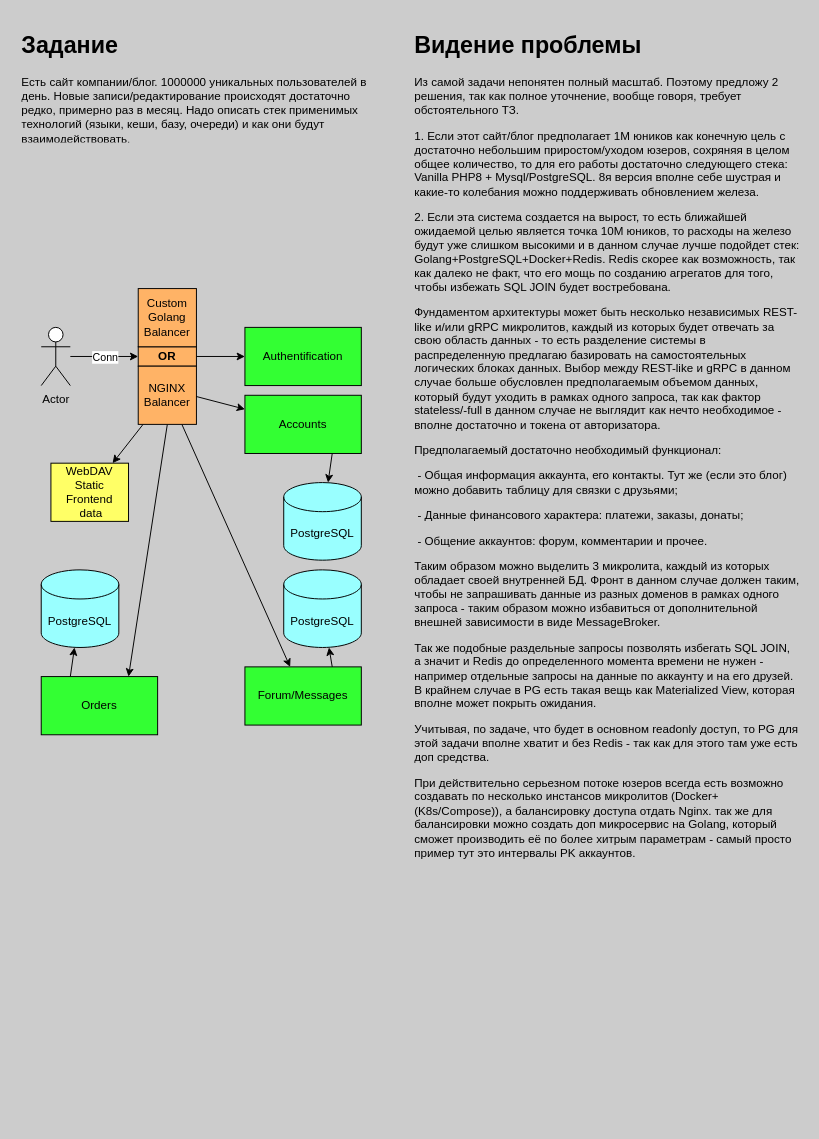
Before: Untitled Diagram.drawio in trashgen/tech_interview, a draw.io diagram. Source tidied: cells renumbered, new cells numbered last; positions are measured from the earlier drawing's top-left corner, leaving out a move shared by most shapes. Both pictures are drawn from the tidied source at 97%, with x=0, y=0 at pixel (16, 26).
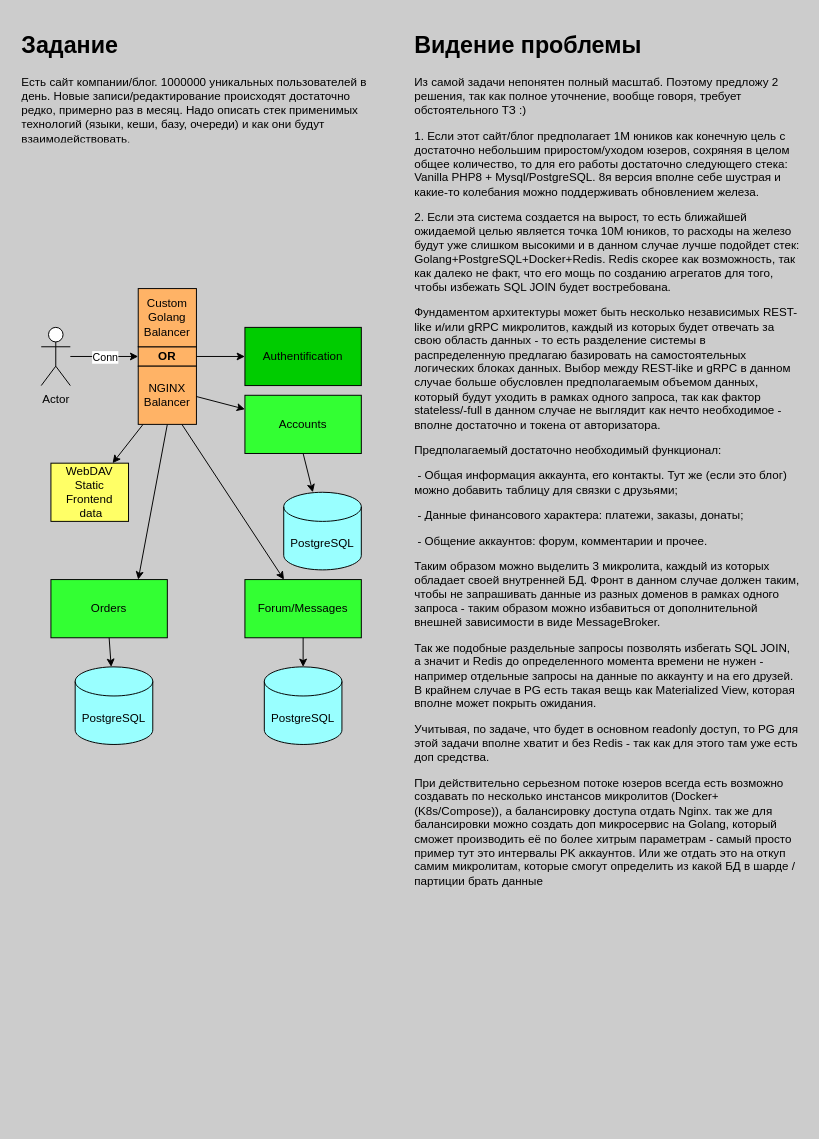
The same diagram, later.

The change refers to these unchanged cells:
```xml
<mxCell id="10" value="Accounts" style="rounded=0;whiteSpace=wrap;html=1;fillColor=#33FF33;" parent="1" vertex="1">
  <mxGeometry x="235" y="380" width="120" height="60" as="geometry" />
</mxCell>
```

The edit, as a diff of the source:
```diff
@@
-    <mxCell id="4" value="&lt;h1&gt;Видение проблемы&lt;/h1&gt;&lt;p&gt;Из самой задачи непонятен полный масштаб. Поэтому предложу 2 решения, так как полное уточнение, вообще говоря, требует обстоятельного ТЗ.&lt;/p&gt;&lt;p&gt;1. Если этот сайт/блог предполагает 1М юников как конечную цель с достаточно небольшим приростом/уходом юзеров, сохряняя в целом общее количество, то для его работы достаточно следующего стека: Vanilla PHP8 + Mysql/PostgreSQL. 8я версия вполне себе шустрая и какие-то колебания можно поддерживать обновлением железа.&lt;/p&gt;&lt;p&gt;2. Если эта система создается на вырост, то есть ближайшей ожидаемой целью является точка 10М юников, то расходы на железо будут уже слишком высокими и в данном случае лучше подойдет стек: Golang+PostgreSQL+Docker+Redis. Redis скорее как возможность, так как далеко не факт, что его мощь по созданию агрегатов для того, чтобы избежать SQL JOIN будет востребована.&lt;/p&gt;&lt;p&gt;Фундаментом архитектуры может быть несколько независимых REST-like и/или gRPC микролитов, каждый из которых будет отвечать за свою область данных - то есть разделение системы в распределенную предлагаю базировать на самостоятельных логических блоках данных. Выбор между REST-like и gRPC в данном случае больше обусловлен предполагаемым объемом данных, который будут уходить в рамках одного запроса, так как фактор stateless/-full в данном случае не выглядит как нечто необходимое - вполне достаточно и токена от авторизатора.&lt;/p&gt;&lt;p&gt;Предполагаемый достаточно необходимый функционал:&lt;/p&gt;&lt;p&gt;&amp;nbsp;- Общая информация аккаунта, его контакты. Тут же (если это блог) можно добавить таблицу для связки с друзьями;&lt;/p&gt;&lt;p&gt;&amp;nbsp;- Данные финансового характера: платежи, заказы, донаты;&lt;/p&gt;&lt;p&gt;&amp;nbsp;- Общение аккаунтов: форум, комментарии и прочее.&lt;/p&gt;&lt;p&gt;Таким образом можно выделить 3 микролита, каждый из которых обладает своей внутренней БД. Фронт в данном случае должен таким, чтобы не запрашивать данные из разных доменов в рамках одного запроса - таким образом можно избавиться от дополнительной внешней зависимости в виде MessageBroker.&amp;nbsp;&lt;/p&gt;&lt;p&gt;Так же подобные раздельные запросы позволять избегать SQL JOIN, а значит и Redis до определенного момента времени не нужен - например отдельные запросы на данные по аккаунту и на его друзей. В крайнем случае в PG есть такая вещь как Materialized View, которая вполне может покрыть ожидания.&lt;/p&gt;&lt;p&gt;Учитывая, по задаче, что будет в основном readonly доступ, то PG для этой задачи вполне хватит и без Redis - так как для этого там уже есть доп средства.&lt;/p&gt;&lt;p&gt;При действительно серьезном потоке юзеров всегда есть возможно создавать по несколько инстансов микролитов (Docker+(K8s/Compose)), а балансировку доступа отдать Nginx. так же для балансировки можно создать доп микросервис на Golang, который сможет производить её по более хитрым параметрам - самый просто пример тут это интервалы PK аккаунтов.&lt;/p&gt;" style="text;html=1;strokeColor=none;fillColor=none;spacing=5;spacingTop=-20;whiteSpace=wrap;overflow=hidden;rounded=0;" parent="1" vertex="1">
+    <mxCell id="4" value="&lt;h1&gt;Видение проблемы&lt;/h1&gt;&lt;p&gt;Из самой задачи непонятен полный масштаб. Поэтому предложу 2 решения, так как полное уточнение, вообще говоря, требует обстоятельного ТЗ :)&lt;/p&gt;&lt;p&gt;1. Если этот сайт/блог предполагает 1М юников как конечную цель с достаточно небольшим приростом/уходом юзеров, сохряняя в целом общее количество, то для его работы достаточно следующего стека: Vanilla PHP8 + Mysql/PostgreSQL. 8я версия вполне себе шустрая и какие-то колебания можно поддерживать обновлением железа.&lt;/p&gt;&lt;p&gt;2. Если эта система создается на вырост, то есть ближайшей ожидаемой целью является точка 10М юников, то расходы на железо будут уже слишком высокими и в данном случае лучше подойдет стек: Golang+PostgreSQL+Docker+Redis. Redis скорее как возможность, так как далеко не факт, что его мощь по созданию агрегатов для того, чтобы избежать SQL JOIN будет востребована.&lt;/p&gt;&lt;p&gt;Фундаментом архитектуры может быть несколько независимых REST-like и/или gRPC микролитов, каждый из которых будет отвечать за свою область данных - то есть разделение системы в распределенную предлагаю базировать на самостоятельных логических блоках данных. Выбор между REST-like и gRPC в данном случае больше обусловлен предполагаемым объемом данных, который будут уходить в рамках одного запроса, так как фактор stateless/-full в данном случае не выглядит как нечто необходимое - вполне достаточно и токена от авторизатора.&lt;/p&gt;&lt;p&gt;Предполагаемый достаточно необходимый функционал:&lt;/p&gt;&lt;p&gt;&amp;nbsp;- Общая информация аккаунта, его контакты. Тут же (если это блог) можно добавить таблицу для связки с друзьями;&lt;/p&gt;&lt;p&gt;&amp;nbsp;- Данные финансового характера: платежи, заказы, донаты;&lt;/p&gt;&lt;p&gt;&amp;nbsp;- Общение аккаунтов: форум, комментарии и прочее.&lt;/p&gt;&lt;p&gt;Таким образом можно выделить 3 микролита, каждый из которых обладает своей внутренней БД. Фронт в данном случае должен таким, чтобы не запрашивать данные из разных доменов в рамках одного запроса - таким образом можно избавиться от дополнительной внешней зависимости в виде MessageBroker.&amp;nbsp;&lt;/p&gt;&lt;p&gt;Так же подобные раздельные запросы позволять избегать SQL JOIN, а значит и Redis до определенного момента времени не нужен - например отдельные запросы на данные по аккаунту и на его друзей. В крайнем случае в PG есть такая вещь как Materialized View, которая вполне может покрыть ожидания.&lt;/p&gt;&lt;p&gt;Учитывая, по задаче, что будет в основном readonly доступ, то PG для этой задачи вполне хватит и без Redis - так как для этого там уже есть доп средства.&lt;/p&gt;&lt;p&gt;При действительно серьезном потоке юзеров всегда есть возможно создавать по несколько инстансов микролитов (Docker+(K8s/Compose)), а балансировку доступа отдать Nginx. так же для балансировки можно создать доп микросервис на Golang, который сможет производить её по более хитрым параметрам - самый просто пример тут это интервалы PK аккаунтов. Или же отдать это на откуп самим микролитам, которые смогут определить из какой БД в шарде /партиции брать данные&lt;/p&gt;" style="text;html=1;strokeColor=none;fillColor=none;spacing=5;spacingTop=-20;whiteSpace=wrap;overflow=hidden;rounded=0;" parent="1" vertex="1">
       <mxGeometry x="405" width="405" height="1130" as="geometry" />
     </mxCell>
@@
     <mxCell id="9" value="PostgreSQL" style="shape=cylinder3;whiteSpace=wrap;html=1;boundedLbl=1;backgroundOutline=1;size=15;fillColor=#99FFFF;" parent="1" vertex="1">
-      <mxGeometry x="25" y="560" width="80" height="80" as="geometry" />
+      <mxGeometry x="60" y="660" width="80" height="80" as="geometry" />
     </mxCell>
@@
     <mxCell id="11" value="Orders" style="rounded=0;whiteSpace=wrap;html=1;fillColor=#33FF33;" parent="1" vertex="1">
-      <mxGeometry x="25" y="670" width="120" height="60" as="geometry" />
+      <mxGeometry x="35" y="570" width="120" height="60" as="geometry" />
     </mxCell>
     <mxCell id="12" value="Forum/Messages" style="rounded=0;whiteSpace=wrap;html=1;fillColor=#33FF33;" parent="1" vertex="1">
-      <mxGeometry x="235" y="660" width="120" height="60" as="geometry" />
+      <mxGeometry x="235" y="570" width="120" height="60" as="geometry" />
     </mxCell>
     <mxCell id="13" value="PostgreSQL" style="shape=cylinder3;whiteSpace=wrap;html=1;boundedLbl=1;backgroundOutline=1;size=15;fillColor=#99FFFF;" parent="1" vertex="1">
-      <mxGeometry x="275" y="560" width="80" height="80" as="geometry" />
+      <mxGeometry x="255" y="660" width="80" height="80" as="geometry" />
     </mxCell>
     <mxCell id="14" value="PostgreSQL" style="shape=cylinder3;whiteSpace=wrap;html=1;boundedLbl=1;backgroundOutline=1;size=15;fillColor=#99FFFF;" parent="1" vertex="1">
-      <mxGeometry x="275" y="470" width="80" height="80" as="geometry" />
+      <mxGeometry x="275" y="480" width="80" height="80" as="geometry" />
     </mxCell>
@@
-    <mxCell id="16" style="endArrow=classic;html=1;rounded=0;exitX=0.75;exitY=1;exitDx=0;exitDy=0;" parent="1" edge="1" source="10" target="14">
+    <mxCell id="16" style="endArrow=classic;html=1;rounded=0;exitX=0.5;exitY=1;exitDx=0;exitDy=0;" parent="1" edge="1" source="10" target="14">
       <mxGeometry relative="1" as="geometry" />
     </mxCell>
@@
-    <mxCell id="18" style="endArrow=classic;html=1;rounded=0;exitX=0.75;exitY=0;exitDx=0;exitDy=0;" parent="1" edge="1" source="12" target="13">
+    <mxCell id="18" style="endArrow=classic;html=1;rounded=0;exitX=0.5;exitY=1;exitDx=0;exitDy=0;" parent="1" edge="1" source="12" target="13">
       <mxGeometry relative="1" as="geometry" />
     </mxCell>
-    <mxCell id="19" style="endArrow=classic;html=1;rounded=0;exitX=0.25;exitY=0;exitDx=0;exitDy=0;" parent="1" edge="1" source="11" target="9">
+    <mxCell id="19" style="endArrow=classic;html=1;rounded=0;exitX=0.5;exitY=1;exitDx=0;exitDy=0;" parent="1" edge="1" source="11" target="9">
       <mxGeometry relative="1" as="geometry" />
     </mxCell>
@@
-    <mxCell id="21" value="Authentification" style="rounded=0;whiteSpace=wrap;html=1;fillColor=#33FF33;" parent="1" vertex="1">
+    <mxCell id="21" value="Authentification" style="rounded=0;whiteSpace=wrap;html=1;fillColor=#00CC00;" parent="1" vertex="1">
       <mxGeometry x="235" y="310" width="120" height="60" as="geometry" />
     </mxCell>
```
